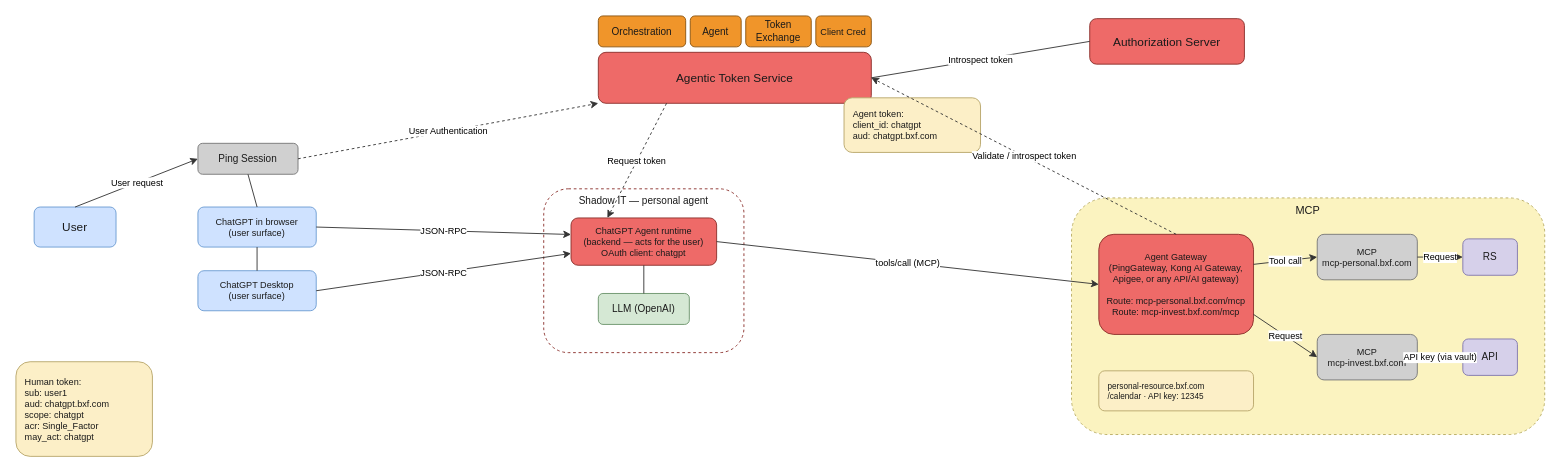
Earlier version of the draw.io diagram docs/diagrams/personal-agent-chatgpt.drawio (curtismu7/AI-DEMO2). Source tidied: cells renumbered, new cells numbered last; positions are measured from the earlier drawing's top-left corner, leaving out a move shared by most shapes. Both pictures are drawn from the tidied source at 91%, with x=0, y=0 at pixel (15, 15).
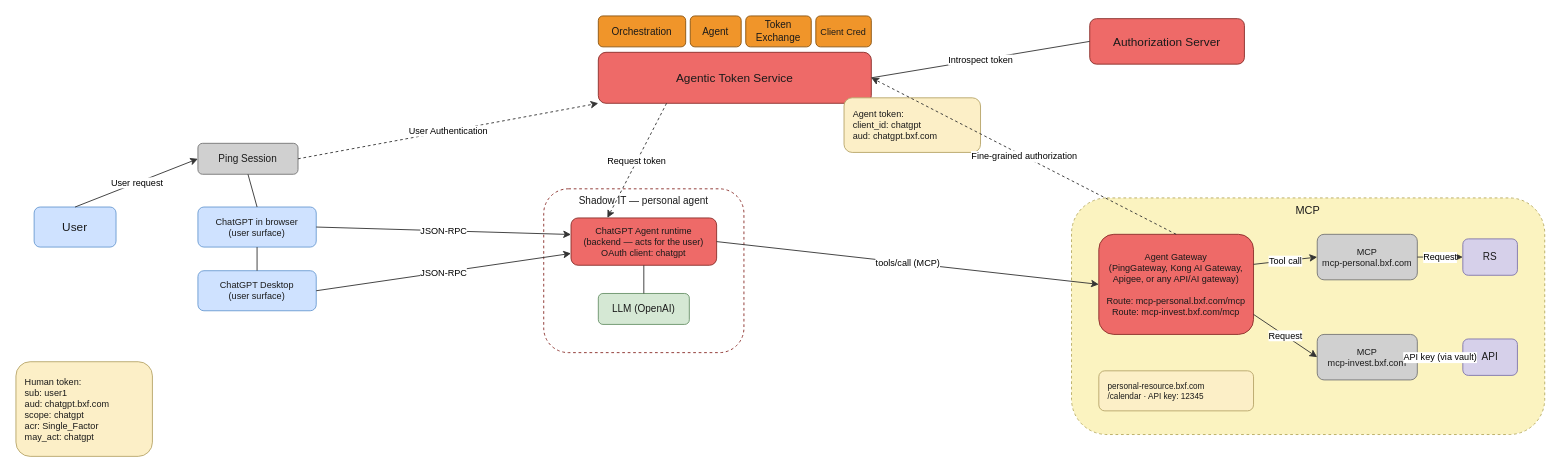
After the change.

Commit message (it also covers changes not shown here):
docs(diagrams): gateway call to ATS is fine-grained authorization

Unchanged cells that the change refers to:
```xml
<mxCell id="2" value="Agentic Token Service" style="rounded=1;whiteSpace=wrap;html=1;fillColor=#ee6a68;strokeColor=#8a2f2a;fontColor=#1a1a1a;fontSize=13;" parent="1" vertex="1">
  <mxGeometry x="640" y="40" width="300" height="56" as="geometry" />
</mxCell>
<mxCell id="27" value="Agent Gateway&#10;(PingGateway, Kong AI Gateway,&#10;Apigee, or any API/AI gateway)&#10;&#10;Route: mcp-personal.bxf.com/mcp&#10;Route: mcp-invest.bxf.com/mcp" style="rounded=1;whiteSpace=wrap;html=1;fillColor=#ee6a68;strokeColor=#8a2f2a;fontColor=#1a1a1a;fontSize=10;" parent="1" vertex="1">
  <mxGeometry x="1190" y="240" width="170" height="110" as="geometry" />
</mxCell>
```

What changed in the source:
```diff
@@
-    <mxCell id="34" value="Validate / introspect token" style="edgeStyle=none;html=1;strokeColor=#333333;fontSize=10;dashed=1;exitX=0.5;exitY=0;entryX=1;entryY=0.5;" parent="1" edge="1" source="27" target="2">
+    <mxCell id="34" value="Fine-grained authorization" style="edgeStyle=none;html=1;strokeColor=#333333;fontSize=10;dashed=1;exitX=0.5;exitY=0;entryX=1;entryY=0.5;" parent="1" edge="1" source="27" target="2">
       <mxGeometry relative="1" as="geometry" />
     </mxCell>
```
